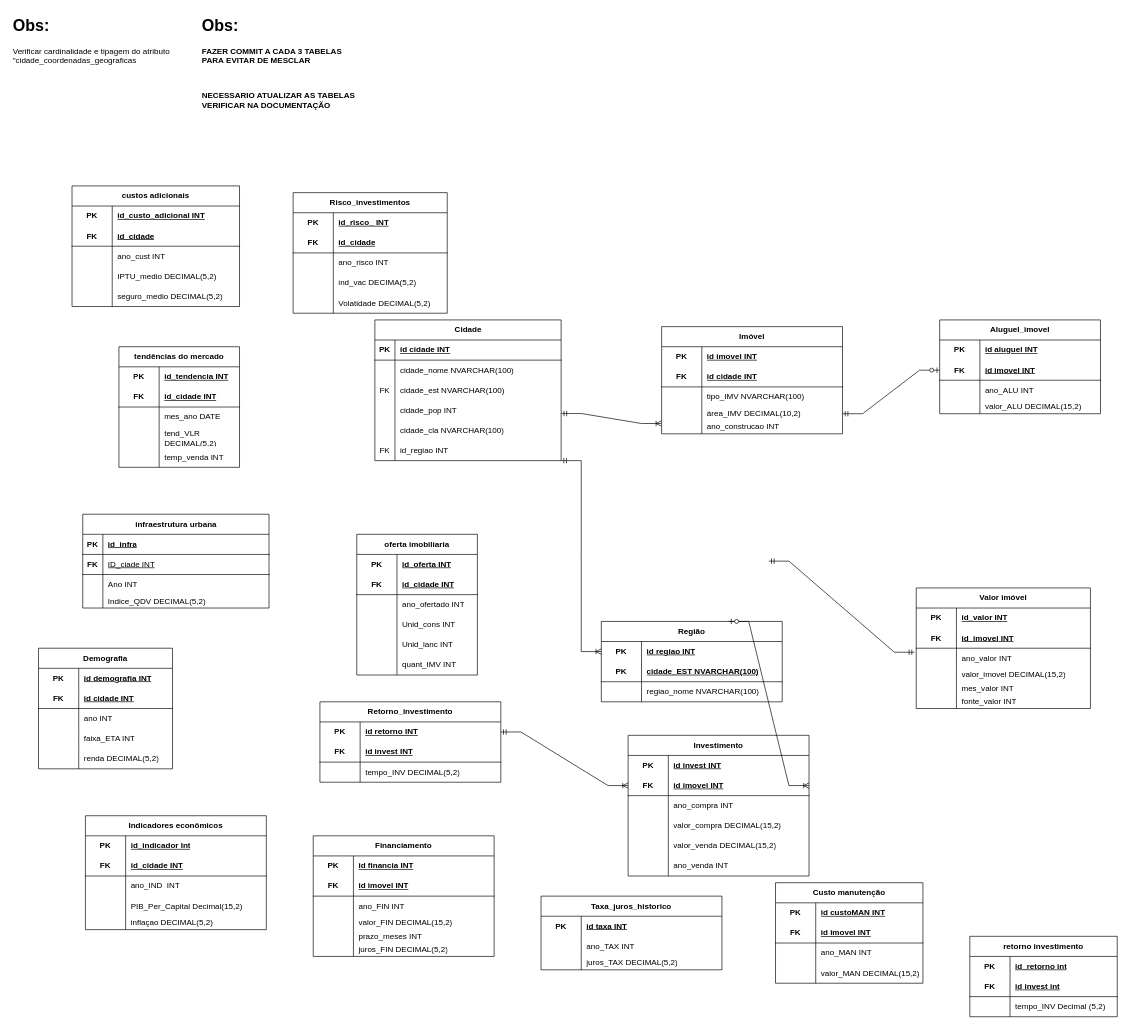
This is GroupBy.drawio from Guilherme22B/Group_by, a draw.io file, before an edit. Source tidied: cells renumbered, new cells numbered last; positions are measured from the earlier drawing's top-left corner, leaving out a move shared by most shapes. Both pictures are drawn from the tidied source at 67%, with x=0, y=0 at pixel (11, 11).
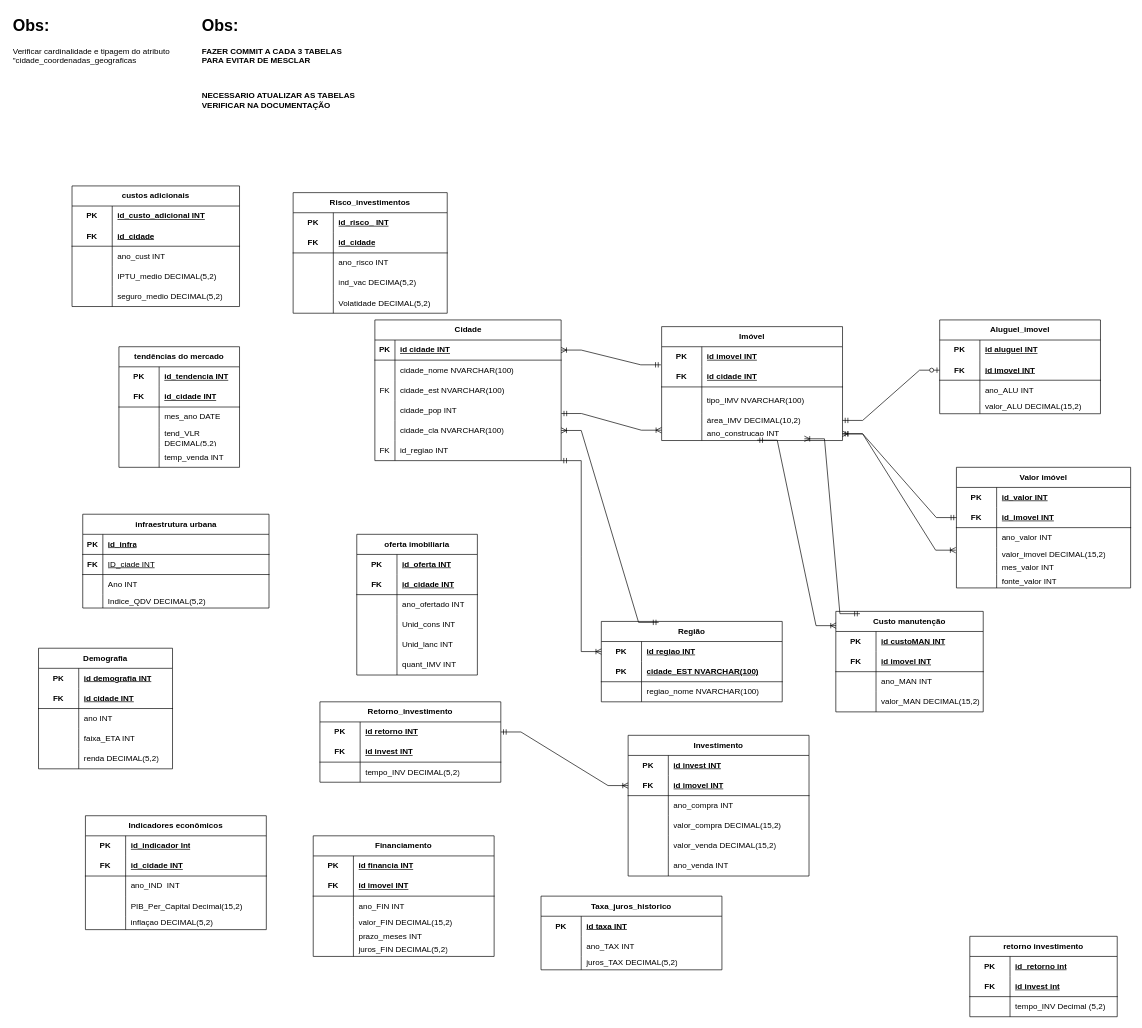
After the change.

Unchanged cells that the change refers to:
```xml
<mxCell id="8" style="shape=tableRow;horizontal=0;startSize=0;swimlaneHead=0;swimlaneBody=0;fillColor=none;points=[[0,0.5],[1,0.5]];portConstraint=eastwest;top=0;left=0;right=0;bottom=1;html=1;" parent="4" vertex="1">
  <mxGeometry y="60" width="270" height="30" as="geometry" />
</mxCell>
<mxCell id="24" style="shape=tableRow;horizontal=0;startSize=0;swimlaneHead=0;swimlaneBody=0;fillColor=none;points=[[0,0.5],[1,0.5]];portConstraint=eastwest;top=0;left=0;right=0;bottom=1;html=1;" parent="20" vertex="1">
  <mxGeometry y="60" width="260" height="30" as="geometry" />
</mxCell>
<mxCell id="27" style="shape=tableRow;horizontal=0;startSize=0;swimlaneHead=0;swimlaneBody=0;fillColor=none;points=[[0,0.5],[1,0.5]];portConstraint=eastwest;top=0;left=0;right=0;bottom=0;html=1;" parent="20" vertex="1">
  <mxGeometry y="90" width="260" height="30" as="geometry" />
</mxCell>
<mxCell id="30" style="shape=tableRow;horizontal=0;startSize=0;swimlaneHead=0;swimlaneBody=0;fillColor=none;points=[[0,0.5],[1,0.5]];portConstraint=eastwest;top=0;left=0;right=0;bottom=0;html=1;" parent="20" vertex="1">
  <mxGeometry y="120" width="260" height="20" as="geometry" />
</mxCell>
<mxCell id="40" style="shape=tableRow;horizontal=0;startSize=0;swimlaneHead=0;swimlaneBody=0;fillColor=none;points=[[0,0.5],[1,0.5]];portConstraint=eastwest;top=0;left=0;right=0;bottom=1;" parent="39" vertex="1">
  <mxGeometry y="30" width="278" height="30" as="geometry" />
</mxCell>
<mxCell id="52" style="shape=tableRow;horizontal=0;startSize=0;swimlaneHead=0;swimlaneBody=0;fillColor=none;points=[[0,0.5],[1,0.5]];portConstraint=eastwest;top=0;left=0;right=0;bottom=0;" parent="39" vertex="1">
  <mxGeometry y="150" width="278" height="30" as="geometry" />
</mxCell>
<mxCell id="75" style="shape=tableRow;horizontal=0;startSize=0;swimlaneHead=0;swimlaneBody=0;fillColor=none;points=[[0,0.5],[1,0.5]];portConstraint=eastwest;top=0;left=0;right=0;bottom=1;html=1;" parent="71" vertex="1">
  <mxGeometry y="60" width="270" height="30" as="geometry" />
</mxCell>
<mxCell id="142" value="Região" style="shape=table;startSize=30;childLayout=tableLayout;rowLines=0;fontStyle=1;align=center;html=1;whiteSpace=wrap;" parent="1" vertex="1">
  <mxGeometry x="880" y="910" width="270" height="120" as="geometry" />
</mxCell>
```

Change to the diagram source:
```diff
@@
     <mxCell id="4" value="Imóvel" style="shape=table;startSize=30;childLayout=tableLayout;rowLines=0;fontStyle=1;align=center;html=1;whiteSpace=wrap;" parent="1" vertex="1">
-      <mxGeometry x="970" y="470" width="270" height="160" as="geometry" />
+      <mxGeometry x="970" y="470" width="270" height="170" as="geometry" />
     </mxCell>
@@
     <mxCell id="11" style="shape=tableRow;horizontal=0;startSize=0;swimlaneHead=0;swimlaneBody=0;fillColor=none;top=0;left=0;right=0;bottom=0;html=1;" parent="4" vertex="1">
-      <mxGeometry y="90" width="270" height="30" as="geometry" />
+      <mxGeometry y="90" width="270" height="40" as="geometry" />
     </mxCell>
     <mxCell id="12" style="shape=partialRectangle;fillColor=none;top=0;left=0;bottom=0;right=0;overflow=hidden;html=1;whiteSpace=wrap;" parent="11" vertex="1">
-      <mxGeometry width="60" height="30" as="geometry" />
+      <mxGeometry width="60" height="40" as="geometry" />
     </mxCell>
     <mxCell id="13" value="tipo_IMV NVARCHAR(100)" style="shape=partialRectangle;fillColor=none;top=0;left=0;bottom=0;right=0;align=left;spacingLeft=6;overflow=hidden;html=1;whiteSpace=wrap;" parent="11" vertex="1">
-      <mxGeometry x="60" width="210" height="30" as="geometry" />
+      <mxGeometry x="60" width="210" height="40" as="geometry" />
     </mxCell>
     <mxCell id="14" style="shape=tableRow;horizontal=0;startSize=0;swimlaneHead=0;swimlaneBody=0;fillColor=none;points=[[0,0.5],[1,0.5]];portConstraint=eastwest;top=0;left=0;right=0;bottom=0;html=1;" parent="4" vertex="1">
-      <mxGeometry y="120" width="270" height="20" as="geometry" />
+      <mxGeometry y="130" width="270" height="20" as="geometry" />
     </mxCell>
@@
     <mxCell id="17" style="shape=tableRow;horizontal=0;startSize=0;swimlaneHead=0;swimlaneBody=0;fillColor=none;points=[[0,0.5],[1,0.5]];portConstraint=eastwest;top=0;left=0;right=0;bottom=0;html=1;" parent="4" vertex="1">
-      <mxGeometry y="140" width="270" height="20" as="geometry" />
+      <mxGeometry y="150" width="270" height="20" as="geometry" />
     </mxCell>
@@
     <mxCell id="20" value="Valor imóvel" style="shape=table;startSize=30;childLayout=tableLayout;rowLines=0;fontStyle=1;align=center;html=1;whiteSpace=wrap;" parent="1" vertex="1">
-      <mxGeometry x="1350" y="860" width="260" height="180" as="geometry" />
+      <mxGeometry x="1410" y="680" width="260" height="180" as="geometry" />
     </mxCell>
@@
     <mxCell id="58" value="Custo manutenção" style="shape=table;startSize=30;childLayout=tableLayout;rowLines=0;fontStyle=1;align=center;html=1;whiteSpace=wrap;" parent="1" vertex="1">
-      <mxGeometry x="1140" y="1300" width="220" height="150" as="geometry" />
+      <mxGeometry x="1230" y="895" width="220" height="150" as="geometry" />
     </mxCell>
@@
-    <mxCell id="153" style="edgeStyle=entityRelationEdgeStyle;fontSize=12;html=1;endArrow=ERmandOne;startArrow=ERmandOne;rounded=0;entryX=-0.01;entryY=0.2;entryDx=0;entryDy=0;entryPerimeter=0;" parent="1" edge="1" target="27">
-      <mxGeometry relative="1" as="geometry">
-        <mxPoint x="1130" y="820" as="sourcePoint" />
-        <Array as="points">
-          <mxPoint x="1320" y="800" />
-        </Array>
-      </mxGeometry>
-    </mxCell>
@@
-    <mxCell id="158" style="edgeStyle=entityRelationEdgeStyle;fontSize=12;html=1;endArrow=ERoneToMany;startArrow=ERzeroToOne;rounded=0;entryX=1;entryY=0.5;entryDx=0;entryDy=0;" parent="1" edge="1" target="75">
-      <mxGeometry relative="1" as="geometry">
-        <mxPoint x="1070" y="910" as="sourcePoint" />
-        <Array as="points">
-          <mxPoint x="1240" y="920" />
-          <mxPoint x="1240" y="930" />
-          <mxPoint x="1220" y="1000" />
-        </Array>
-      </mxGeometry>
-    </mxCell>
@@
+    <mxCell id="282" style="edgeStyle=entityRelationEdgeStyle;fontSize=12;html=1;endArrow=ERoneToMany;startArrow=ERmandOne;rounded=0;exitX=0.317;exitY=0.012;exitDx=0;exitDy=0;exitPerimeter=0;" parent="1" edge="1" source="142" target="52">
+      <mxGeometry relative="1" as="geometry" />
+    </mxCell>
+    <mxCell id="283" style="edgeStyle=entityRelationEdgeStyle;fontSize=12;html=1;endArrow=ERoneToMany;startArrow=ERmandOne;rounded=0;exitX=-0.004;exitY=-0.1;exitDx=0;exitDy=0;exitPerimeter=0;" parent="1" edge="1" source="8" target="40">
+      <mxGeometry relative="1" as="geometry" />
+    </mxCell>
+    <mxCell id="284" style="edgeStyle=entityRelationEdgeStyle;fontSize=12;html=1;endArrow=ERoneToMany;startArrow=ERmandOne;rounded=0;exitX=0;exitY=0.5;exitDx=0;exitDy=0;entryX=1;entryY=0.5;entryDx=0;entryDy=0;" parent="1" edge="1" source="24" target="17">
+      <mxGeometry relative="1" as="geometry">
+        <Array as="points">
+          <mxPoint x="1210" y="810" />
+        </Array>
+      </mxGeometry>
+    </mxCell>
+    <mxCell id="285" style="edgeStyle=entityRelationEdgeStyle;fontSize=12;html=1;endArrow=ERoneToMany;startArrow=ERmandOne;rounded=0;entryX=-0.004;entryY=0.183;entryDx=0;entryDy=0;entryPerimeter=0;" parent="1" edge="1" source="17" target="30">
+      <mxGeometry relative="1" as="geometry">
+        <Array as="points">
+          <mxPoint x="1120" y="880" />
+        </Array>
+      </mxGeometry>
+    </mxCell>
+    <mxCell id="286" style="edgeStyle=entityRelationEdgeStyle;fontSize=12;html=1;endArrow=ERoneToMany;startArrow=ERmandOne;rounded=0;exitX=0.164;exitY=0.023;exitDx=0;exitDy=0;exitPerimeter=0;entryX=0.789;entryY=0.871;entryDx=0;entryDy=0;entryPerimeter=0;" parent="1" edge="1" source="58" target="17">
+      <mxGeometry relative="1" as="geometry" />
+    </mxCell>
+    <mxCell id="287" style="edgeStyle=entityRelationEdgeStyle;fontSize=12;html=1;endArrow=ERoneToMany;startArrow=ERmandOne;rounded=0;exitX=0.528;exitY=0.976;exitDx=0;exitDy=0;exitPerimeter=0;entryX=0.002;entryY=0.142;entryDx=0;entryDy=0;entryPerimeter=0;" parent="1" edge="1" source="17" target="58">
+      <mxGeometry relative="1" as="geometry" />
+    </mxCell>
```
